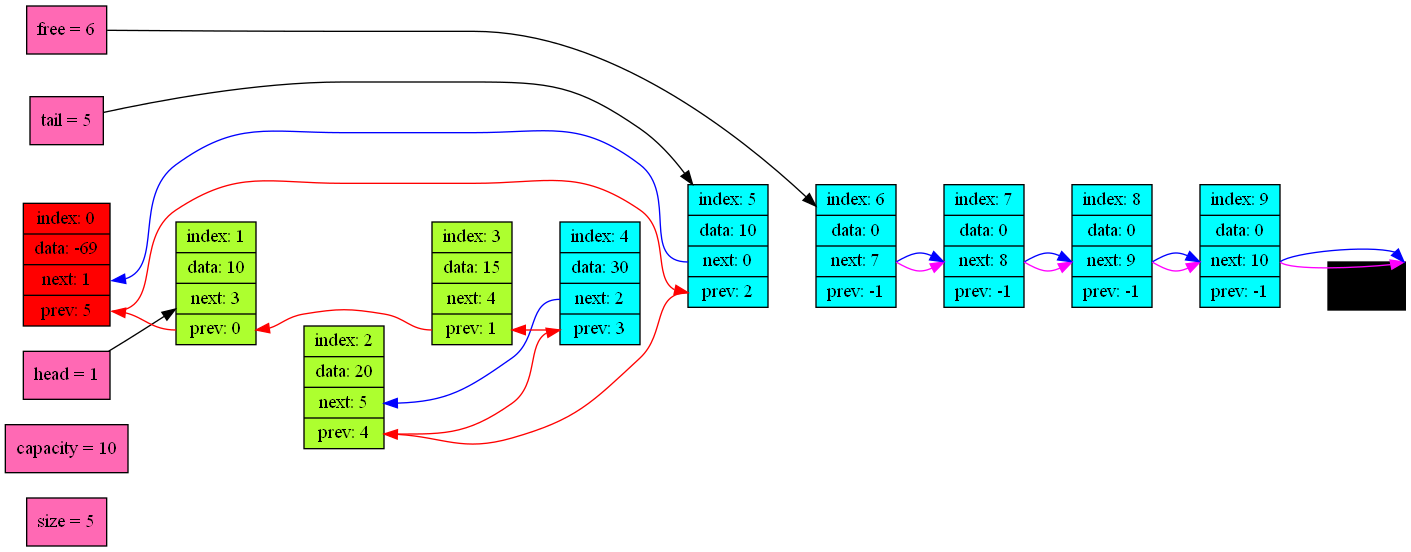
Before: dump.png, a diagram exported from Graphviz (egor7531/List). Its source is kept beside it as Dump.dot. The source it was exported from:
```dot
digraph G
{
rankdir = LR;
node [style = "filled", shape = "record", color = "#000000"];
size [fillcolor = "#FF69B4", label = " size = 5 "];
capacity [fillcolor = "#FF69B4", label = " capacity = 10 "];
free [fillcolor = "#FF69B4", label = " free = 6 "];
head [fillcolor = "#FF69B4", label = " head = 1 "];
tail [fillcolor = "#FF69B4", label = " tail = 5 "];
node0 [fillcolor = "#FF0000" label =  " index: 0 | data: -69 | <next> next: 1 | <prev> prev: 5 "];
node1 [fillcolor = "#ADFF2F", label =  " index: 1 | data: 10 | <next> next: 3 | <prev> prev: 0 "];
node2 [fillcolor = "#ADFF2F", label =  " index: 2 | data: 20 | <next> next: 5 | <prev> prev: 4 "];
node3 [fillcolor = "#ADFF2F", label =  " index: 3 | data: 15 | <next> next: 4 | <prev> prev: 1 "];
node4 [fillcolor = "#00FFFF", label =  " index: 4 | data: 30 | <next> next: 2 | <prev> prev: 3 "];
node5 [fillcolor = "#00FFFF", label =  " index: 5 | data: 10 | <next> next: 0 | <prev> prev: 2 "];
node6 [fillcolor = "#00FFFF", label =  " index: 6 | data: 0 | <next> next: 7 | <prev> prev: -1 "];
node7 [fillcolor = "#00FFFF", label =  " index: 7 | data: 0 | <next> next: 8 | <prev> prev: -1 "];
node8 [fillcolor = "#00FFFF", label =  " index: 8 | data: 0 | <next> next: 9 | <prev> prev: -1 "];
node9 [fillcolor = "#00FFFF", label =  " index: 9 | data: 0 | <next> next: 10 | <prev> prev: -1 "];
edge [style = "invis"];
node0 -> node1;
node1 -> node2;
node2 -> node3;
node3 -> node4;
node4 -> node5;
node5 -> node6;
node6 -> node7;
node7 -> node8;
node8 -> node9;
edge [style = "solid"];
node9 :<next> -> node10 :<next> [color = "#FF00FF"];
node8 :<next> -> node9 :<next> [color = "#FF00FF"];
node7 :<next> -> node8 :<next> [color = "#FF00FF"];
node6 :<next> -> node7 :<next> [color = "#FF00FF"];
node5 :<prev> -> node2 :<prev> [color = "#FF0000"];
node4 :<next> -> node2 :<next> [color = "#0000FF"];
node4 :<prev> -> node3 :<prev> [color = "#FF0000"];
node5 :<next> -> node0 :<next> [color = "#0000FF"];
node3 :<prev> -> node1 :<prev> [color = "#FF0000"];
node6 :<next> -> node7 :<next> [color = "#0000FF"];
node2 :<prev> -> node4 :<prev> [color = "#FF0000"];
node7 :<next> -> node8 :<next> [color = "#0000FF"];
node1 :<prev> -> node0 :<prev> [color = "#FF0000"];
node8 :<next> -> node9 :<next> [color = "#0000FF"];
node0 :<prev> -> node5 :<prev> [color = "#FF0000"];
node9 :<next> -> node10 :<next> [color = "#0000FF"];
edge [color = "#000000", constraint = false];
free -> node6;
head -> node1;
tail -> node5;
}
```
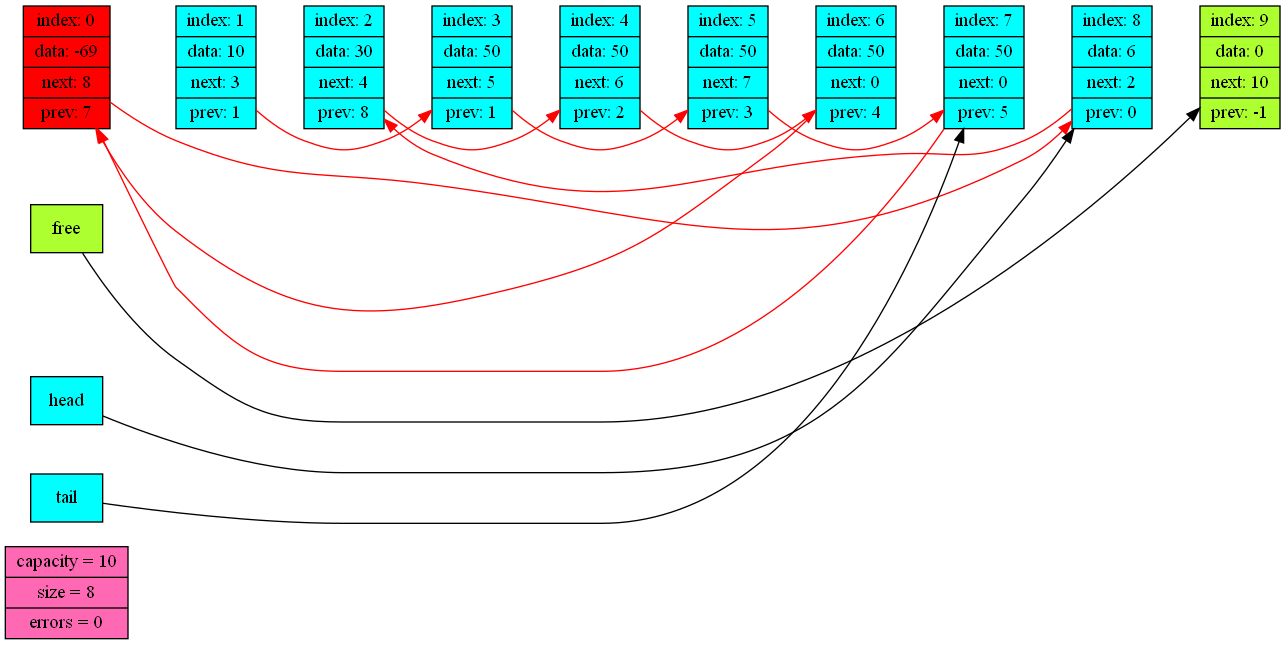
The same file after the commit.

Commit message:
change graphic dump and add verificator

Change to the diagram source:
```diff
@@ -2,50 +2,32 @@
 {
 rankdir = LR;
 node [style = "filled", shape = "record", color = "#000000"];
-size [fillcolor = "#FF69B4", label = " size = 5 "];
-capacity [fillcolor = "#FF69B4", label = " capacity = 10 "];
-free [fillcolor = "#FF69B4", label = " free = 6 "];
-head [fillcolor = "#FF69B4", label = " head = 1 "];
-tail [fillcolor = "#FF69B4", label = " tail = 5 "];
-node0 [fillcolor = "#FF0000" label =  " index: 0 | data: -69 | <next> next: 1 | <prev> prev: 5 "];
-node1 [fillcolor = "#ADFF2F", label =  " index: 1 | data: 10 | <next> next: 3 | <prev> prev: 0 "];
-node2 [fillcolor = "#ADFF2F", label =  " index: 2 | data: 20 | <next> next: 5 | <prev> prev: 4 "];
-node3 [fillcolor = "#ADFF2F", label =  " index: 3 | data: 15 | <next> next: 4 | <prev> prev: 1 "];
-node4 [fillcolor = "#00FFFF", label =  " index: 4 | data: 30 | <next> next: 2 | <prev> prev: 3 "];
-node5 [fillcolor = "#00FFFF", label =  " index: 5 | data: 10 | <next> next: 0 | <prev> prev: 2 "];
-node6 [fillcolor = "#00FFFF", label =  " index: 6 | data: 0 | <next> next: 7 | <prev> prev: -1 "];
-node7 [fillcolor = "#00FFFF", label =  " index: 7 | data: 0 | <next> next: 8 | <prev> prev: -1 "];
-node8 [fillcolor = "#00FFFF", label =  " index: 8 | data: 0 | <next> next: 9 | <prev> prev: -1 "];
-node9 [fillcolor = "#00FFFF", label =  " index: 9 | data: 0 | <next> next: 10 | <prev> prev: -1 "];
-edge [style = "invis"];
-node0 -> node1;
-node1 -> node2;
-node2 -> node3;
-node3 -> node4;
-node4 -> node5;
-node5 -> node6;
-node6 -> node7;
-node7 -> node8;
-node8 -> node9;
-edge [style = "solid"];
-node9 :<next> -> node10 :<next> [color = "#FF00FF"];
-node8 :<next> -> node9 :<next> [color = "#FF00FF"];
-node7 :<next> -> node8 :<next> [color = "#FF00FF"];
-node6 :<next> -> node7 :<next> [color = "#FF00FF"];
-node5 :<prev> -> node2 :<prev> [color = "#FF0000"];
-node4 :<next> -> node2 :<next> [color = "#0000FF"];
-node4 :<prev> -> node3 :<prev> [color = "#FF0000"];
-node5 :<next> -> node0 :<next> [color = "#0000FF"];
-node3 :<prev> -> node1 :<prev> [color = "#FF0000"];
-node6 :<next> -> node7 :<next> [color = "#0000FF"];
-node2 :<prev> -> node4 :<prev> [color = "#FF0000"];
-node7 :<next> -> node8 :<next> [color = "#0000FF"];
-node1 :<prev> -> node0 :<prev> [color = "#FF0000"];
-node8 :<next> -> node9 :<next> [color = "#0000FF"];
-node0 :<prev> -> node5 :<prev> [color = "#FF0000"];
-node9 :<next> -> node10 :<next> [color = "#0000FF"];
-edge [color = "#000000", constraint = false];
-free -> node6;
-head -> node1;
-tail -> node5;
+info [fillcolor = "#FF69B4", label =  " capacity = 10 | size = 8 | errors = 0 "];
+node0 -> node1 -> node2 -> node3 -> node4 -> node5 -> node6 -> node7 -> node8 -> node9 [style = "invis"];
+free [shape = "rect" fillcolor = "#ADFF2F"];
+head [shape = "rect" fillcolor = "#00FFFF"];
+tail [shape = "rect" fillcolor = "#00FFFF"];
+node0 [fillcolor = "#FF0000", label =  " index: 0 | data: -69 | <next> next: 8 | <prev> prev: 7 "];
+node1 [fillcolor = "#00FFFF", label =  " index: 1 | data: 10 | <next> next: 3 | <prev> prev: 1 "];
+node2 [fillcolor = "#00FFFF", label =  " index: 2 | data: 30 | <next> next: 4 | <prev> prev: 8 "];
+node3 [fillcolor = "#00FFFF", label =  " index: 3 | data: 50 | <next> next: 5 | <prev> prev: 1 "];
+node4 [fillcolor = "#00FFFF", label =  " index: 4 | data: 50 | <next> next: 6 | <prev> prev: 2 "];
+node5 [fillcolor = "#00FFFF", label =  " index: 5 | data: 50 | <next> next: 7 | <prev> prev: 3 "];
+node6 [fillcolor = "#00FFFF", label =  " index: 6 | data: 50 | <next> next: 0 | <prev> prev: 4 "];
+node7 [fillcolor = "#00FFFF", label =  " index: 7 | data: 50 | <next> next: 0 | <prev> prev: 5 "];
+node8 [fillcolor = "#00FFFF", label =  " index: 8 | data: 6 | <next> next: 2 | <prev> prev: 0 "];
+node9 [fillcolor = "#ADFF2F", label =  " index: 9 | data: 0 | <next> next: 10 | <prev> prev: -1 "];
+edge [style = "solid", constraint = false];
+free -> node9 [color = "#000000"];
+head -> node8 [color = "#000000"];
+tail -> node7 [color = "#000000"];
+node0 -> node8 [color = "#FF0000"];
+node1 -> node3 [color = "#FF0000"];
+node2 -> node4 [color = "#FF0000"];
+node3 -> node5 [color = "#FF0000"];
+node4 -> node6 [color = "#FF0000"];
+node5 -> node7 [color = "#FF0000"];
+node6 -> node0 [color = "#FF0000"];
+node7 -> node0 [color = "#FF0000"];
+node8 -> node2 [color = "#FF0000"];
 }
```
